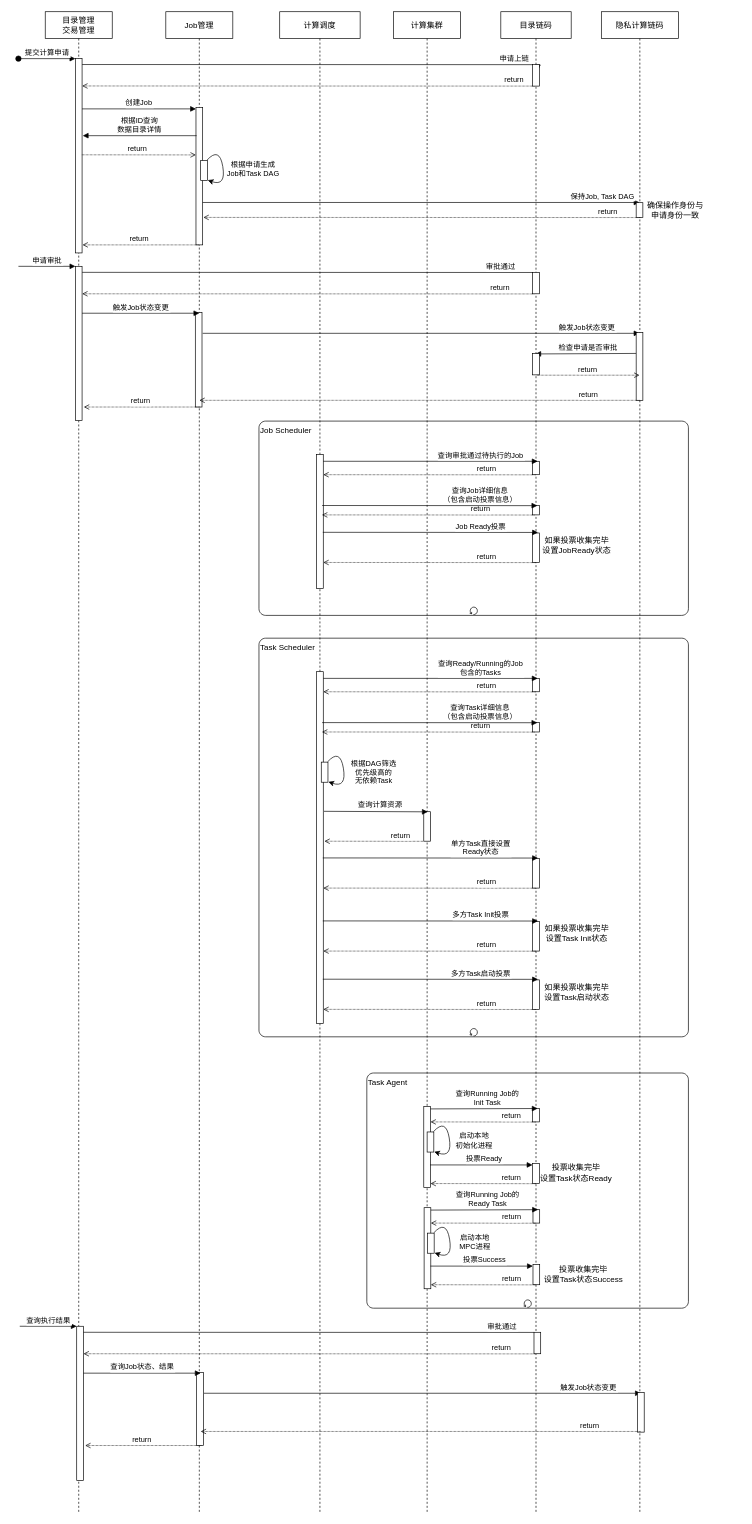
zmmwl/drawio keeps this draw.io diagram as mpc/sequence.drawio. Above is the earlier version. Source tidied: cells renumbered, new cells numbered last; positions are measured from the earlier drawing's top-left corner, leaving out a move shared by most shapes. Both pictures are drawn from the tidied source at 67%, with x=0, y=0 at pixel (18, 11).
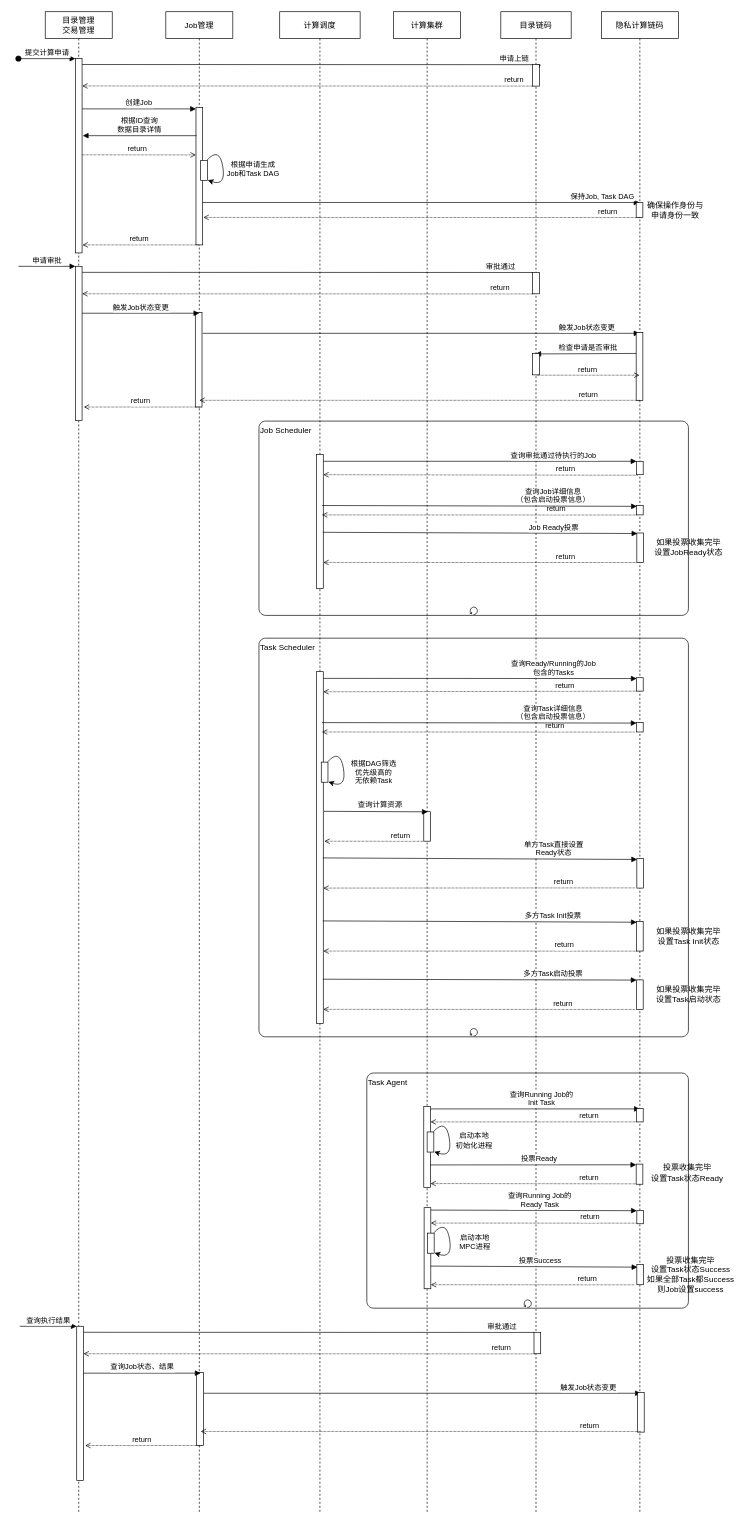
The same page after the edit.

Unchanged cells that the change refers to:
```xml
<mxCell id="28" value="目录链码" style="shape=umlLifeline;perimeter=lifelinePerimeter;rounded=0;shadow=0;strokeWidth=1;" parent="1" vertex="1">
  <mxGeometry x="720" width="105" height="2240" as="geometry" />
</mxCell>
<mxCell id="36" value="隐私计算链码" style="shape=umlLifeline;perimeter=lifelinePerimeter;rounded=0;shadow=0;strokeWidth=1;" parent="1" vertex="1">
  <mxGeometry x="870" width="115" height="2240" as="geometry" />
</mxCell>
```

The edit, as a diff of the source:
```diff
@@
-    <mxCell id="32" style="perimeter=orthogonalPerimeter;rounded=0;shadow=0;strokeWidth=1;" parent="28" vertex="1">
-      <mxGeometry x="47.5" y="671" width="10" height="20" as="geometry" />
-    </mxCell>
-    <mxCell id="33" style="perimeter=orthogonalPerimeter;rounded=0;shadow=0;strokeWidth=1;" parent="28" vertex="1">
-      <mxGeometry x="47.5" y="778" width="10" height="44" as="geometry" />
-    </mxCell>
-    <mxCell id="34" value="return" style="verticalAlign=bottom;endArrow=none;shadow=0;strokeWidth=1;endFill=0;startArrow=open;startFill=0;dashed=1;dashPattern=1 1;" parent="28" edge="1">
+    <mxCell id="34" value="return" style="verticalAlign=bottom;endArrow=none;shadow=0;strokeWidth=1;endFill=0;startArrow=open;startFill=0;dashed=1;dashPattern=1 1;entryX=0.231;entryY=1.002;entryDx=0;entryDy=0;entryPerimeter=0;" parent="28" edge="1" target="112">
       <mxGeometry x="0.54" relative="1" as="geometry">
         <mxPoint x="-265" y="822" as="sourcePoint" />
-        <mxPoint x="52.5" y="822.2" as="targetPoint" />
       </mxGeometry>
     </mxCell>
-    <mxCell id="35" style="points=[];perimeter=orthogonalPerimeter;rounded=0;shadow=0;strokeWidth=1;" parent="28" vertex="1">
-      <mxGeometry x="47.5" y="1719" width="10" height="30" as="geometry" />
-    </mxCell>
@@
+    <mxCell id="59" style="points=[];perimeter=orthogonalPerimeter;rounded=0;shadow=0;strokeWidth=1;" parent="36" vertex="1">
+      <mxGeometry x="52.5" y="994" width="10" height="20" as="geometry" />
+    </mxCell>
@@
-    <mxCell id="51" value="查询审批通过待执行的Job" style="verticalAlign=bottom;endArrow=block;shadow=0;strokeWidth=1;" parent="1" edge="1">
+    <mxCell id="51" value="查询审批通过待执行的Job" style="verticalAlign=bottom;endArrow=block;shadow=0;strokeWidth=1;" parent="1" edge="1" target="111">
       <mxGeometry x="0.47" relative="1" as="geometry">
         <mxPoint x="455" y="671" as="sourcePoint" />
-        <mxPoint x="775" y="671" as="targetPoint" />
       </mxGeometry>
     </mxCell>
-    <mxCell id="52" value="return" style="verticalAlign=bottom;endArrow=none;shadow=0;strokeWidth=1;endFill=0;startArrow=open;startFill=0;dashed=1;dashPattern=1 1;" parent="1" edge="1">
+    <mxCell id="52" value="return" style="verticalAlign=bottom;endArrow=none;shadow=0;strokeWidth=1;endFill=0;startArrow=open;startFill=0;dashed=1;dashPattern=1 1;entryX=0.248;entryY=1.042;entryDx=0;entryDy=0;entryPerimeter=0;" parent="1" edge="1" target="111">
       <mxGeometry x="0.54" relative="1" as="geometry">
         <mxPoint x="455" y="691" as="sourcePoint" />
-        <mxPoint x="772.5" y="691.2" as="targetPoint" />
       </mxGeometry>
     </mxCell>
     <mxCell id="53" style="points=[];perimeter=orthogonalPerimeter;rounded=0;shadow=0;strokeWidth=1;" parent="1" vertex="1">
-      <mxGeometry x="767.5" y="737" width="10" height="14" as="geometry" />
+      <mxGeometry x="922.5" y="737" width="10" height="14" as="geometry" />
     </mxCell>
-    <mxCell id="54" value="Job Ready投票" style="verticalAlign=bottom;endArrow=block;shadow=0;strokeWidth=1;entryX=0.488;entryY=0.71;entryDx=0;entryDy=0;entryPerimeter=0;" parent="1" edge="1">
+    <mxCell id="54" value="Job Ready投票" style="verticalAlign=bottom;endArrow=block;shadow=0;strokeWidth=1;entryX=0.086;entryY=0.018;entryDx=0;entryDy=0;entryPerimeter=0;" parent="1" edge="1" target="112">
       <mxGeometry x="0.47" relative="1" as="geometry">
         <mxPoint x="454.3" y="777" as="sourcePoint" />
-        <mxPoint x="775.5" y="777.2" as="targetPoint" />
       </mxGeometry>
     </mxCell>
-    <mxCell id="55" value="如果投票收集完毕&lt;br style=&quot;padding: 0px ; margin: 0px&quot;&gt;设置JobReady状态" style="text;html=1;align=center;verticalAlign=middle;fillColor=none;strokeColor=none;rounded=0;" parent="1" vertex="1">
-      <mxGeometry x="772.5" y="781" width="120" height="30" as="geometry" />
-    </mxCell>
-    <mxCell id="56" value="return" style="verticalAlign=bottom;endArrow=none;shadow=0;strokeWidth=1;endFill=0;startArrow=open;startFill=0;dashed=1;dashPattern=1 1;" parent="1" edge="1">
+    <mxCell id="56" value="return" style="verticalAlign=bottom;endArrow=none;shadow=0;strokeWidth=1;endFill=0;startArrow=open;startFill=0;dashed=1;dashPattern=1 1;entryX=0.027;entryY=1.012;entryDx=0;entryDy=0;entryPerimeter=0;" parent="1" edge="1" target="53">
       <mxGeometry x="0.49" relative="1" as="geometry">
         <mxPoint x="453" y="751" as="sourcePoint" />
-        <mxPoint x="770.5" y="751.2" as="targetPoint" />
       </mxGeometry>
     </mxCell>
-    <mxCell id="57" value="查询Job详细信息&#10;（包含启动投票信息）" style="verticalAlign=bottom;endArrow=block;shadow=0;strokeWidth=1;entryX=0.488;entryY=0.71;entryDx=0;entryDy=0;entryPerimeter=0;" parent="1" edge="1">
+    <mxCell id="57" value="查询Job详细信息&#10;（包含启动投票信息）" style="verticalAlign=bottom;endArrow=block;shadow=0;strokeWidth=1;entryX=0.06;entryY=0.088;entryDx=0;entryDy=0;entryPerimeter=0;" parent="1" edge="1" target="53">
       <mxGeometry x="0.47" relative="1" as="geometry">
         <mxPoint x="453.3" y="737" as="sourcePoint" />
-        <mxPoint x="774.5" y="737.2" as="targetPoint" />
       </mxGeometry>
     </mxCell>
@@
-    <mxCell id="59" style="points=[];perimeter=orthogonalPerimeter;rounded=0;shadow=0;strokeWidth=1;" parent="1" vertex="1">
-      <mxGeometry x="767.5" y="995" width="10" height="20" as="geometry" />
-    </mxCell>
     <mxCell id="60" style="points=[];perimeter=orthogonalPerimeter;rounded=0;shadow=0;strokeWidth=1;" parent="1" vertex="1">
-      <mxGeometry x="767.5" y="1358" width="10" height="44" as="geometry" />
+      <mxGeometry x="922.5" y="1358" width="10" height="44" as="geometry" />
     </mxCell>
-    <mxCell id="61" value="return" style="verticalAlign=bottom;endArrow=none;shadow=0;strokeWidth=1;endFill=0;startArrow=open;startFill=0;dashed=1;dashPattern=1 1;" parent="1" edge="1">
+    <mxCell id="61" value="return" style="verticalAlign=bottom;endArrow=none;shadow=0;strokeWidth=1;endFill=0;startArrow=open;startFill=0;dashed=1;dashPattern=1 1;entryX=0.018;entryY=1.003;entryDx=0;entryDy=0;entryPerimeter=0;" parent="1" edge="1" target="60">
       <mxGeometry x="0.54" relative="1" as="geometry">
         <mxPoint x="455" y="1402" as="sourcePoint" />
-        <mxPoint x="772.5" y="1402.2" as="targetPoint" />
       </mxGeometry>
     </mxCell>
-    <mxCell id="62" value="查询Ready/Running的Job&#10;包含的Tasks" style="verticalAlign=bottom;endArrow=block;shadow=0;strokeWidth=1;" parent="1" edge="1">
+    <mxCell id="62" value="查询Ready/Running的Job&#10;包含的Tasks" style="verticalAlign=bottom;endArrow=block;shadow=0;strokeWidth=1;entryX=0.027;entryY=0.063;entryDx=0;entryDy=0;entryPerimeter=0;" parent="1" edge="1" target="59">
       <mxGeometry x="0.47" relative="1" as="geometry">
         <mxPoint x="455" y="995" as="sourcePoint" />
-        <mxPoint x="775" y="995" as="targetPoint" />
       </mxGeometry>
     </mxCell>
-    <mxCell id="63" value="return" style="verticalAlign=bottom;endArrow=none;shadow=0;strokeWidth=1;endFill=0;startArrow=open;startFill=0;dashed=1;dashPattern=1 1;" parent="1" edge="1">
+    <mxCell id="63" value="return" style="verticalAlign=bottom;endArrow=none;shadow=0;strokeWidth=1;endFill=0;startArrow=open;startFill=0;dashed=1;dashPattern=1 1;entryX=0.099;entryY=1.004;entryDx=0;entryDy=0;entryPerimeter=0;" parent="1" edge="1" target="59">
       <mxGeometry x="0.54" relative="1" as="geometry">
         <mxPoint x="455" y="1015" as="sourcePoint" />
-        <mxPoint x="772.5" y="1015.2" as="targetPoint" />
       </mxGeometry>
     </mxCell>
     <mxCell id="64" style="points=[];perimeter=orthogonalPerimeter;rounded=0;shadow=0;strokeWidth=1;" parent="1" vertex="1">
-      <mxGeometry x="767.5" y="1061" width="10" height="14" as="geometry" />
+      <mxGeometry x="922.5" y="1061" width="10" height="14" as="geometry" />
     </mxCell>
-    <mxCell id="65" value="多方Task Init投票" style="verticalAlign=bottom;endArrow=block;shadow=0;strokeWidth=1;entryX=0.488;entryY=0.71;entryDx=0;entryDy=0;entryPerimeter=0;" parent="1" edge="1">
+    <mxCell id="65" value="多方Task Init投票" style="verticalAlign=bottom;endArrow=block;shadow=0;strokeWidth=1;entryX=0.043;entryY=0.022;entryDx=0;entryDy=0;entryPerimeter=0;" parent="1" edge="1" target="60">
       <mxGeometry x="0.47" relative="1" as="geometry">
         <mxPoint x="454.3" y="1357" as="sourcePoint" />
-        <mxPoint x="775.5" y="1357.2" as="targetPoint" />
       </mxGeometry>
     </mxCell>
     <mxCell id="66" value="如果投票收集完毕&lt;br style=&quot;padding: 0px ; margin: 0px&quot;&gt;设置Task Init状态" style="text;html=1;align=center;verticalAlign=middle;fillColor=none;strokeColor=none;rounded=0;" parent="1" vertex="1">
-      <mxGeometry x="777.5" y="1361" width="110" height="30" as="geometry" />
+      <mxGeometry x="945" y="1365" width="110" height="30" as="geometry" />
     </mxCell>
-    <mxCell id="67" value="return" style="verticalAlign=bottom;endArrow=none;shadow=0;strokeWidth=1;endFill=0;startArrow=open;startFill=0;dashed=1;dashPattern=1 1;" parent="1" edge="1">
+    <mxCell id="67" value="return" style="verticalAlign=bottom;endArrow=none;shadow=0;strokeWidth=1;endFill=0;startArrow=open;startFill=0;dashed=1;dashPattern=1 1;entryX=-0.25;entryY=1.011;entryDx=0;entryDy=0;entryPerimeter=0;" parent="1" edge="1" target="64">
       <mxGeometry x="0.49" relative="1" as="geometry">
         <mxPoint x="453" y="1075" as="sourcePoint" />
-        <mxPoint x="770.5" y="1075.2" as="targetPoint" />
       </mxGeometry>
     </mxCell>
-    <mxCell id="68" value="查询Task详细信息&#10;（包含启动投票信息）" style="verticalAlign=bottom;endArrow=block;shadow=0;strokeWidth=1;entryX=0.488;entryY=0.71;entryDx=0;entryDy=0;entryPerimeter=0;" parent="1" edge="1">
+    <mxCell id="68" value="查询Task详细信息&#10;（包含启动投票信息）" style="verticalAlign=bottom;endArrow=block;shadow=0;strokeWidth=1;entryX=0.018;entryY=0.052;entryDx=0;entryDy=0;entryPerimeter=0;" parent="1" edge="1" target="64">
       <mxGeometry x="0.47" relative="1" as="geometry">
         <mxPoint x="453.3" y="1061" as="sourcePoint" />
-        <mxPoint x="774.5" y="1061.2" as="targetPoint" />
       </mxGeometry>
     </mxCell>
@@
     <mxCell id="72" style="points=[];perimeter=orthogonalPerimeter;rounded=0;shadow=0;strokeWidth=1;" parent="1" vertex="1">
-      <mxGeometry x="767.5" y="1264" width="10" height="44" as="geometry" />
+      <mxGeometry x="923" y="1264" width="10" height="44" as="geometry" />
     </mxCell>
-    <mxCell id="73" value="return" style="verticalAlign=bottom;endArrow=none;shadow=0;strokeWidth=1;endFill=0;startArrow=open;startFill=0;dashed=1;dashPattern=1 1;" parent="1" edge="1">
+    <mxCell id="73" value="return" style="verticalAlign=bottom;endArrow=none;shadow=0;strokeWidth=1;endFill=0;startArrow=open;startFill=0;dashed=1;dashPattern=1 1;entryX=-0.209;entryY=0.993;entryDx=0;entryDy=0;entryPerimeter=0;" parent="1" edge="1" target="72">
       <mxGeometry x="0.54" relative="1" as="geometry">
         <mxPoint x="455" y="1308" as="sourcePoint" />
-        <mxPoint x="772.5" y="1308.2" as="targetPoint" />
       </mxGeometry>
     </mxCell>
-    <mxCell id="74" value="单方Task直接设置&#10;Ready状态" style="verticalAlign=bottom;endArrow=block;shadow=0;strokeWidth=1;entryX=0.488;entryY=0.71;entryDx=0;entryDy=0;entryPerimeter=0;" parent="1" edge="1">
+    <mxCell id="74" value="单方Task直接设置&#10;Ready状态" style="verticalAlign=bottom;endArrow=block;shadow=0;strokeWidth=1;entryX=0.044;entryY=0.029;entryDx=0;entryDy=0;entryPerimeter=0;" parent="1" edge="1" target="72">
       <mxGeometry x="0.47" relative="1" as="geometry">
         <mxPoint x="454.3" y="1263" as="sourcePoint" />
-        <mxPoint x="775.5" y="1263.2" as="targetPoint" />
       </mxGeometry>
     </mxCell>
@@
-    <mxCell id="76" style="perimeter=orthogonalPerimeter;rounded=0;shadow=0;strokeWidth=1;" parent="1" vertex="1">
-      <mxGeometry x="767.5" y="1637" width="10" height="20" as="geometry" />
-    </mxCell>
-    <mxCell id="77" value="查询Running Job的&#10;Init Task" style="verticalAlign=bottom;endArrow=block;shadow=0;strokeWidth=1;exitX=1.013;exitY=0.053;exitDx=0;exitDy=0;exitPerimeter=0;" parent="1" edge="1">
+    <mxCell id="77" value="查询Running Job的&#10;Init Task" style="verticalAlign=bottom;endArrow=block;shadow=0;strokeWidth=1;exitX=1.013;exitY=0.053;exitDx=0;exitDy=0;exitPerimeter=0;entryX=0.5;entryY=0.03;entryDx=0;entryDy=0;entryPerimeter=0;" parent="1" edge="1" target="115">
       <mxGeometry x="0.06" relative="1" as="geometry">
         <mxPoint x="615.1" y="1637.6" as="sourcePoint" />
-        <mxPoint x="775" y="1637" as="targetPoint" />
       </mxGeometry>
     </mxCell>
-    <mxCell id="78" value="return" style="verticalAlign=bottom;endArrow=none;shadow=0;strokeWidth=1;endFill=0;startArrow=open;startFill=0;dashed=1;dashPattern=1 1;exitX=1.001;exitY=0.15;exitDx=0;exitDy=0;exitPerimeter=0;" parent="1" edge="1">
+    <mxCell id="78" value="return" style="verticalAlign=bottom;endArrow=none;shadow=0;strokeWidth=1;endFill=0;startArrow=open;startFill=0;dashed=1;dashPattern=1 1;exitX=1.001;exitY=0.15;exitDx=0;exitDy=0;exitPerimeter=0;entryX=0.008;entryY=0.995;entryDx=0;entryDy=0;entryPerimeter=0;" parent="1" edge="1" target="115">
       <mxGeometry x="0.54" relative="1" as="geometry">
         <mxPoint x="615" y="1657" as="sourcePoint" />
-        <mxPoint x="772.5" y="1657.2" as="targetPoint" />
       </mxGeometry>
     </mxCell>
     <mxCell id="79" style="points=[];perimeter=orthogonalPerimeter;rounded=0;shadow=0;strokeWidth=1;" parent="1" vertex="1">
-      <mxGeometry x="767.5" y="1445" width="10" height="44" as="geometry" />
+      <mxGeometry x="922.5" y="1445" width="10" height="44" as="geometry" />
     </mxCell>
-    <mxCell id="80" value="return" style="verticalAlign=bottom;endArrow=none;shadow=0;strokeWidth=1;endFill=0;startArrow=open;startFill=0;dashed=1;dashPattern=1 1;" parent="1" edge="1">
+    <mxCell id="80" value="return" style="verticalAlign=bottom;endArrow=none;shadow=0;strokeWidth=1;endFill=0;startArrow=open;startFill=0;dashed=1;dashPattern=1 1;entryX=-0.25;entryY=1.003;entryDx=0;entryDy=0;entryPerimeter=0;" parent="1" edge="1" target="79">
       <mxGeometry x="0.54" relative="1" as="geometry">
         <mxPoint x="455" y="1489" as="sourcePoint" />
-        <mxPoint x="772.5" y="1489.2" as="targetPoint" />
       </mxGeometry>
     </mxCell>
-    <mxCell id="81" value="多方Task启动投票" style="verticalAlign=bottom;endArrow=block;shadow=0;strokeWidth=1;entryX=0.488;entryY=0.71;entryDx=0;entryDy=0;entryPerimeter=0;" parent="1" edge="1">
+    <mxCell id="81" value="多方Task启动投票" style="verticalAlign=bottom;endArrow=block;shadow=0;strokeWidth=1;entryX=0.018;entryY=0.007;entryDx=0;entryDy=0;entryPerimeter=0;" parent="1" edge="1" target="79">
       <mxGeometry x="0.47" relative="1" as="geometry">
         <mxPoint x="454.3" y="1444" as="sourcePoint" />
-        <mxPoint x="775.5" y="1444.2" as="targetPoint" />
       </mxGeometry>
     </mxCell>
     <mxCell id="82" value="如果投票收集完毕&lt;br style=&quot;padding: 0px ; margin: 0px&quot;&gt;设置Task启动状态" style="text;html=1;align=center;verticalAlign=middle;fillColor=none;strokeColor=none;rounded=0;" parent="1" vertex="1">
-      <mxGeometry x="777.5" y="1448" width="110" height="30" as="geometry" />
+      <mxGeometry x="945" y="1452" width="110" height="30" as="geometry" />
     </mxCell>
@@
-    <mxCell id="86" value="投票Ready" style="verticalAlign=bottom;endArrow=block;shadow=0;strokeWidth=1;entryX=-0.018;entryY=0.074;entryDx=0;entryDy=0;entryPerimeter=0;exitX=0.938;exitY=0.666;exitDx=0;exitDy=0;exitPerimeter=0;" parent="1" edge="1" target="35">
+    <mxCell id="86" value="投票Ready" style="verticalAlign=bottom;endArrow=block;shadow=0;strokeWidth=1;entryX=0.014;entryY=0.033;entryDx=0;entryDy=0;entryPerimeter=0;exitX=0.938;exitY=0.666;exitDx=0;exitDy=0;exitPerimeter=0;" parent="1" edge="1" target="116">
       <mxGeometry x="0.06" relative="1" as="geometry">
         <mxPoint x="614.4" y="1721.2" as="sourcePoint" />
       </mxGeometry>
     </mxCell>
-    <mxCell id="87" value="return" style="verticalAlign=bottom;endArrow=none;shadow=0;strokeWidth=1;endFill=0;startArrow=open;startFill=0;dashed=1;dashPattern=1 1;exitX=1.001;exitY=0.15;exitDx=0;exitDy=0;exitPerimeter=0;" parent="1" edge="1">
+    <mxCell id="87" value="return" style="verticalAlign=bottom;endArrow=none;shadow=0;strokeWidth=1;endFill=0;startArrow=open;startFill=0;dashed=1;dashPattern=1 1;exitX=1.001;exitY=0.15;exitDx=0;exitDy=0;exitPerimeter=0;entryX=0.144;entryY=0.98;entryDx=0;entryDy=0;entryPerimeter=0;" parent="1" edge="1" target="116">
       <mxGeometry x="0.54" relative="1" as="geometry">
         <mxPoint x="615" y="1749" as="sourcePoint" />
-        <mxPoint x="772.5" y="1749.2" as="targetPoint" />
       </mxGeometry>
     </mxCell>
     <mxCell id="88" value="投票收集完毕&lt;br style=&quot;padding: 0px ; margin: 0px&quot;&gt;设置Task状态Ready" style="text;html=1;align=center;verticalAlign=middle;fillColor=none;strokeColor=none;rounded=0;" parent="1" vertex="1">
-      <mxGeometry x="771.5" y="1718" width="120" height="30" as="geometry" />
+      <mxGeometry x="937.5" y="1718" width="120" height="30" as="geometry" />
     </mxCell>
-    <mxCell id="89" style="points=[];perimeter=orthogonalPerimeter;rounded=0;shadow=0;strokeWidth=1;" parent="1" vertex="1">
-      <mxGeometry x="768" y="1870" width="10" height="30" as="geometry" />
-    </mxCell>
@@
-    <mxCell id="91" style="perimeter=orthogonalPerimeter;rounded=0;shadow=0;strokeWidth=1;" parent="1" vertex="1">
-      <mxGeometry x="768" y="1788" width="10" height="20" as="geometry" />
-    </mxCell>
-    <mxCell id="92" value="查询Running Job的&#10;Ready Task" style="verticalAlign=bottom;endArrow=block;shadow=0;strokeWidth=1;exitX=1.013;exitY=0.053;exitDx=0;exitDy=0;exitPerimeter=0;" parent="1" edge="1">
+    <mxCell id="92" value="查询Running Job的&#10;Ready Task" style="verticalAlign=bottom;endArrow=block;shadow=0;strokeWidth=1;exitX=1.013;exitY=0.053;exitDx=0;exitDy=0;exitPerimeter=0;entryX=0.001;entryY=0.025;entryDx=0;entryDy=0;entryPerimeter=0;" parent="1" edge="1" target="114">
       <mxGeometry x="0.06" relative="1" as="geometry">
         <mxPoint x="615.6" y="1788.6" as="sourcePoint" />
-        <mxPoint x="775.5" y="1788" as="targetPoint" />
       </mxGeometry>
     </mxCell>
-    <mxCell id="93" value="return" style="verticalAlign=bottom;endArrow=none;shadow=0;strokeWidth=1;endFill=0;startArrow=open;startFill=0;dashed=1;dashPattern=1 1;exitX=1.001;exitY=0.15;exitDx=0;exitDy=0;exitPerimeter=0;" parent="1" edge="1">
+    <mxCell id="93" value="return" style="verticalAlign=bottom;endArrow=none;shadow=0;strokeWidth=1;endFill=0;startArrow=open;startFill=0;dashed=1;dashPattern=1 1;exitX=1.001;exitY=0.15;exitDx=0;exitDy=0;exitPerimeter=0;entryX=0.131;entryY=0.956;entryDx=0;entryDy=0;entryPerimeter=0;" parent="1" edge="1" target="114">
       <mxGeometry x="0.54" relative="1" as="geometry">
         <mxPoint x="615.5" y="1808" as="sourcePoint" />
-        <mxPoint x="773" y="1808.2" as="targetPoint" />
       </mxGeometry>
     </mxCell>
@@
-    <mxCell id="97" value="投票Success" style="verticalAlign=bottom;endArrow=block;shadow=0;strokeWidth=1;entryX=-0.018;entryY=0.074;entryDx=0;entryDy=0;entryPerimeter=0;exitX=0.938;exitY=0.666;exitDx=0;exitDy=0;exitPerimeter=0;" parent="1" edge="1" target="89">
+    <mxCell id="97" value="投票Success" style="verticalAlign=bottom;endArrow=block;shadow=0;strokeWidth=1;entryX=0.087;entryY=0.126;entryDx=0;entryDy=0;entryPerimeter=0;exitX=0.938;exitY=0.666;exitDx=0;exitDy=0;exitPerimeter=0;" parent="1" edge="1" target="113">
       <mxGeometry x="0.06" relative="1" as="geometry">
         <mxPoint x="614.9" y="1872.2" as="sourcePoint" />
       </mxGeometry>
     </mxCell>
-    <mxCell id="98" value="return" style="verticalAlign=bottom;endArrow=none;shadow=0;strokeWidth=1;endFill=0;startArrow=open;startFill=0;dashed=1;dashPattern=1 1;exitX=1.001;exitY=0.15;exitDx=0;exitDy=0;exitPerimeter=0;" parent="1" edge="1">
+    <mxCell id="98" value="return" style="verticalAlign=bottom;endArrow=none;shadow=0;strokeWidth=1;endFill=0;startArrow=open;startFill=0;dashed=1;dashPattern=1 1;exitX=1.001;exitY=0.15;exitDx=0;exitDy=0;exitPerimeter=0;entryX=-0.3;entryY=1.005;entryDx=0;entryDy=0;entryPerimeter=0;" parent="1" edge="1" target="113">
       <mxGeometry x="0.54" relative="1" as="geometry">
         <mxPoint x="615.5" y="1900" as="sourcePoint" />
-        <mxPoint x="773" y="1900.2" as="targetPoint" />
       </mxGeometry>
     </mxCell>
-    <mxCell id="99" value="投票收集完毕&lt;br style=&quot;padding: 0px ; margin: 0px&quot;&gt;设置Task状态Success" style="text;html=1;align=center;verticalAlign=middle;fillColor=none;strokeColor=none;rounded=0;" parent="1" vertex="1">
-      <mxGeometry x="777.5" y="1870" width="130" height="30" as="geometry" />
+    <mxCell id="99" value="投票收集完毕&lt;br style=&quot;padding: 0px ; margin: 0px&quot;&gt;设置Task状态Success&lt;br&gt;如果全部Task都Success&lt;br&gt;则Job设置success" style="text;html=1;align=center;verticalAlign=middle;fillColor=none;strokeColor=none;rounded=0;" parent="1" vertex="1">
+      <mxGeometry x="927.5" y="1855" width="150" height="60" as="geometry" />
     </mxCell>
@@
+    <mxCell id="111" style="points=[];perimeter=orthogonalPerimeter;rounded=0;shadow=0;strokeWidth=1;" parent="1" vertex="1">
+      <mxGeometry x="922.5" y="671" width="10" height="20" as="geometry" />
+    </mxCell>
+    <mxCell id="112" style="points=[];perimeter=orthogonalPerimeter;rounded=0;shadow=0;strokeWidth=1;" parent="1" vertex="1">
+      <mxGeometry x="923" y="778" width="10" height="44" as="geometry" />
+    </mxCell>
+    <mxCell id="55" value="如果投票收集完毕&lt;br style=&quot;padding: 0px ; margin: 0px&quot;&gt;设置JobReady状态" style="text;html=1;align=center;verticalAlign=middle;fillColor=none;strokeColor=none;rounded=0;" parent="1" vertex="1">
+      <mxGeometry x="940" y="785" width="120" height="30" as="geometry" />
+    </mxCell>
+    <mxCell id="113" style="points=[];perimeter=orthogonalPerimeter;rounded=0;shadow=0;strokeWidth=1;" parent="1" vertex="1">
+      <mxGeometry x="923" y="1870" width="10" height="30" as="geometry" />
+    </mxCell>
+    <mxCell id="114" style="points=[];perimeter=orthogonalPerimeter;rounded=0;shadow=0;strokeWidth=1;" parent="1" vertex="1">
+      <mxGeometry x="923" y="1789" width="10" height="20" as="geometry" />
+    </mxCell>
+    <mxCell id="115" style="points=[];perimeter=orthogonalPerimeter;rounded=0;shadow=0;strokeWidth=1;" parent="1" vertex="1">
+      <mxGeometry x="922.5" y="1637" width="10" height="20" as="geometry" />
+    </mxCell>
+    <mxCell id="116" style="points=[];perimeter=orthogonalPerimeter;rounded=0;shadow=0;strokeWidth=1;" parent="1" vertex="1">
+      <mxGeometry x="922" y="1720" width="10" height="30" as="geometry" />
+    </mxCell>
```
